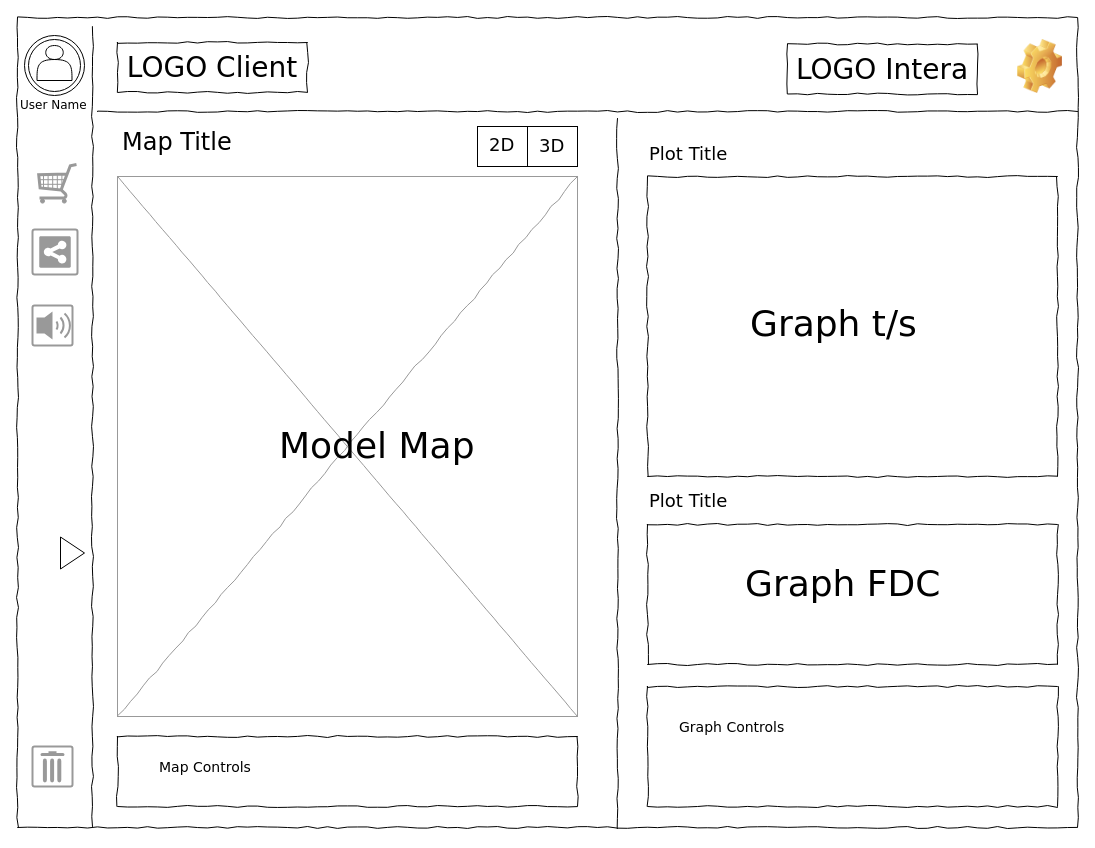
This is ModelViz_wireframe.drawio from s-bramer/ModelViz, a draw.io file, before an edit. Source tidied: cells renumbered, new cells numbered last; positions are measured from the earlier drawing's top-left corner, leaving out a move shared by most shapes. Both pictures are drawn from the tidied source at 100%, with x=0, y=0 at pixel (-308, 17).
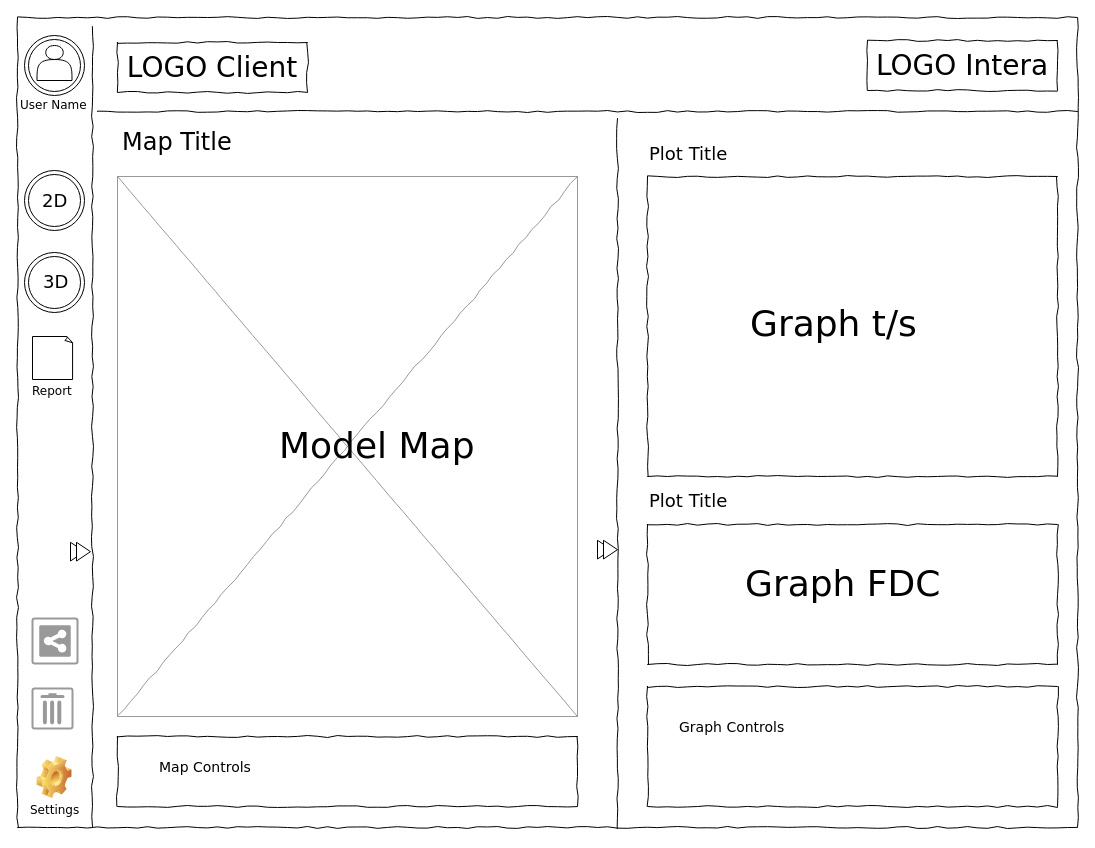
After the change.

Diff of the diagram source:
```diff
@@
+    <mxCell id="34" style="ellipse;shape=doubleEllipse;whiteSpace=wrap;html=1;" parent="1" vertex="1">
+      <mxGeometry x="332" y="235" width="60" height="60" as="geometry" />
+    </mxCell>
+    <mxCell id="35" style="ellipse;shape=doubleEllipse;whiteSpace=wrap;html=1;" parent="1" vertex="1">
+      <mxGeometry x="332" y="153" width="60" height="60" as="geometry" />
+    </mxCell>
@@
     <mxCell id="13" value="LOGO Intera" style="whiteSpace=wrap;html=1;rounded=0;shadow=0;labelBackgroundColor=none;strokeWidth=1;fontFamily=Verdana;fontSize=28;align=center;comic=1;" parent="1" vertex="1">
-      <mxGeometry x="1095" y="26.5" width="190" height="50" as="geometry" />
+      <mxGeometry x="1175" y="23" width="190" height="50" as="geometry" />
     </mxCell>
@@
     <mxCell id="21" style="shape=image;html=1;verticalLabelPosition=bottom;verticalAlign=top;imageAspect=0;image=img/clipart/Gear_128x128.png;" parent="1" vertex="1">
-      <mxGeometry x="1325" y="22" width="45" height="54" as="geometry" />
+      <mxGeometry x="344.5" y="739" width="35" height="42" as="geometry" />
     </mxCell>
     <mxCell id="22" style="strokeColor=#999999;verticalLabelPosition=bottom;shadow=0;dashed=0;verticalAlign=top;strokeWidth=2;html=1;shape=mxgraph.mockup.misc.shareIcon;" parent="1" vertex="1">
-      <mxGeometry x="340" y="212" width="45" height="45" as="geometry" />
+      <mxGeometry x="340" y="601" width="45" height="45" as="geometry" />
     </mxCell>
-    <mxCell id="23" style="strokeColor=#999999;verticalLabelPosition=bottom;shadow=0;dashed=0;verticalAlign=top;strokeWidth=2;html=1;shape=mxgraph.mockup.misc.volumeIcon;" parent="1" vertex="1">
-      <mxGeometry x="340" y="288" width="40" height="40" as="geometry" />
-    </mxCell>
     <mxCell id="24" style="strokeColor=#999999;verticalLabelPosition=bottom;shadow=0;dashed=0;verticalAlign=top;strokeWidth=2;html=1;shape=mxgraph.mockup.misc.trashcanIcon;" parent="1" vertex="1">
-      <mxGeometry x="340" y="729" width="40" height="40" as="geometry" />
+      <mxGeometry x="340" y="671" width="40" height="40" as="geometry" />
     </mxCell>
-    <mxCell id="25" style="verticalLabelPosition=bottom;shadow=0;dashed=0;align=center;html=1;verticalAlign=top;strokeWidth=1;shape=mxgraph.mockup.misc.shoppingCart;strokeColor=#999999;" parent="1" vertex="1">
-      <mxGeometry x="345" y="146" width="40" height="40" as="geometry" />
-    </mxCell>
@@
-    <mxCell id="28" style="triangle;whiteSpace=wrap;html=1;" parent="1" vertex="1">
-      <mxGeometry x="368" y="519.5" width="24" height="32" as="geometry" />
-    </mxCell>
@@
-    <mxCell id="30" style="rounded=0;whiteSpace=wrap;html=1;" parent="1" vertex="1">
-      <mxGeometry x="785" y="109" width="100" height="40" as="geometry" />
-    </mxCell>
-    <mxCell id="31" style="rounded=0;whiteSpace=wrap;html=1;" parent="1" vertex="1">
-      <mxGeometry x="835" y="109" width="50" height="40" as="geometry" />
-    </mxCell>
     <mxCell id="32" value="&lt;font style=&quot;font-size: 18px;&quot;&gt;2D&lt;/font&gt;" style="text;html=1;align=left;verticalAlign=top;spacingTop=-4;fontSize=14;fontFamily=Verdana;" parent="1" vertex="1">
-      <mxGeometry x="795" y="114" width="30" height="30" as="geometry" />
+      <mxGeometry x="348" y="170" width="30" height="30" as="geometry" />
     </mxCell>
     <mxCell id="33" value="&lt;font style=&quot;font-size: 18px;&quot;&gt;3D&lt;/font&gt;" style="text;html=1;align=left;verticalAlign=top;spacingTop=-4;fontSize=14;fontFamily=Verdana;" parent="1" vertex="1">
-      <mxGeometry x="845" y="115" width="31" height="30" as="geometry" />
+      <mxGeometry x="349" y="251" width="31" height="30" as="geometry" />
     </mxCell>
+    <mxCell id="36" style="whiteSpace=wrap;html=1;shape=mxgraph.basic.document;" parent="1" vertex="1">
+      <mxGeometry x="340" y="319" width="40.5" height="43" as="geometry" />
+    </mxCell>
+    <mxCell id="37" value="&lt;font style=&quot;font-size: 12px;&quot;&gt;Report&lt;/font&gt;" style="text;html=1;align=left;verticalAlign=top;spacingTop=-4;fontSize=14;fontFamily=Verdana;" parent="1" vertex="1">
+      <mxGeometry x="337.5" y="362" width="45" height="32" as="geometry" />
+    </mxCell>
+    <mxCell id="38" style="group;" parent="1" vertex="1">
+      <mxGeometry x="905" y="522.8" width="20" height="18.7" as="geometry" />
+    </mxCell>
+    <mxCell id="39" style="triangle;whiteSpace=wrap;html=1;" parent="38" vertex="1">
+      <mxGeometry width="14" height="18.7" as="geometry" />
+    </mxCell>
+    <mxCell id="40" style="triangle;whiteSpace=wrap;html=1;" parent="38" vertex="1">
+      <mxGeometry x="6" width="14" height="18.7" as="geometry" />
+    </mxCell>
+    <mxCell id="41" style="group;" parent="1" vertex="1">
+      <mxGeometry x="378" y="524.8" width="20" height="18.7" as="geometry" />
+    </mxCell>
+    <mxCell id="42" style="triangle;whiteSpace=wrap;html=1;" parent="41" vertex="1">
+      <mxGeometry width="14" height="18.7" as="geometry" />
+    </mxCell>
+    <mxCell id="43" style="triangle;whiteSpace=wrap;html=1;" parent="41" vertex="1">
+      <mxGeometry x="6" width="14" height="18.7" as="geometry" />
+    </mxCell>
+    <mxCell id="44" value="&lt;font style=&quot;font-size: 12px;&quot;&gt;Settings&lt;/font&gt;" style="text;html=1;align=left;verticalAlign=top;spacingTop=-4;fontSize=14;fontFamily=Verdana;" parent="1" vertex="1">
+      <mxGeometry x="335.8" y="781" width="45" height="32" as="geometry" />
+    </mxCell>
```
